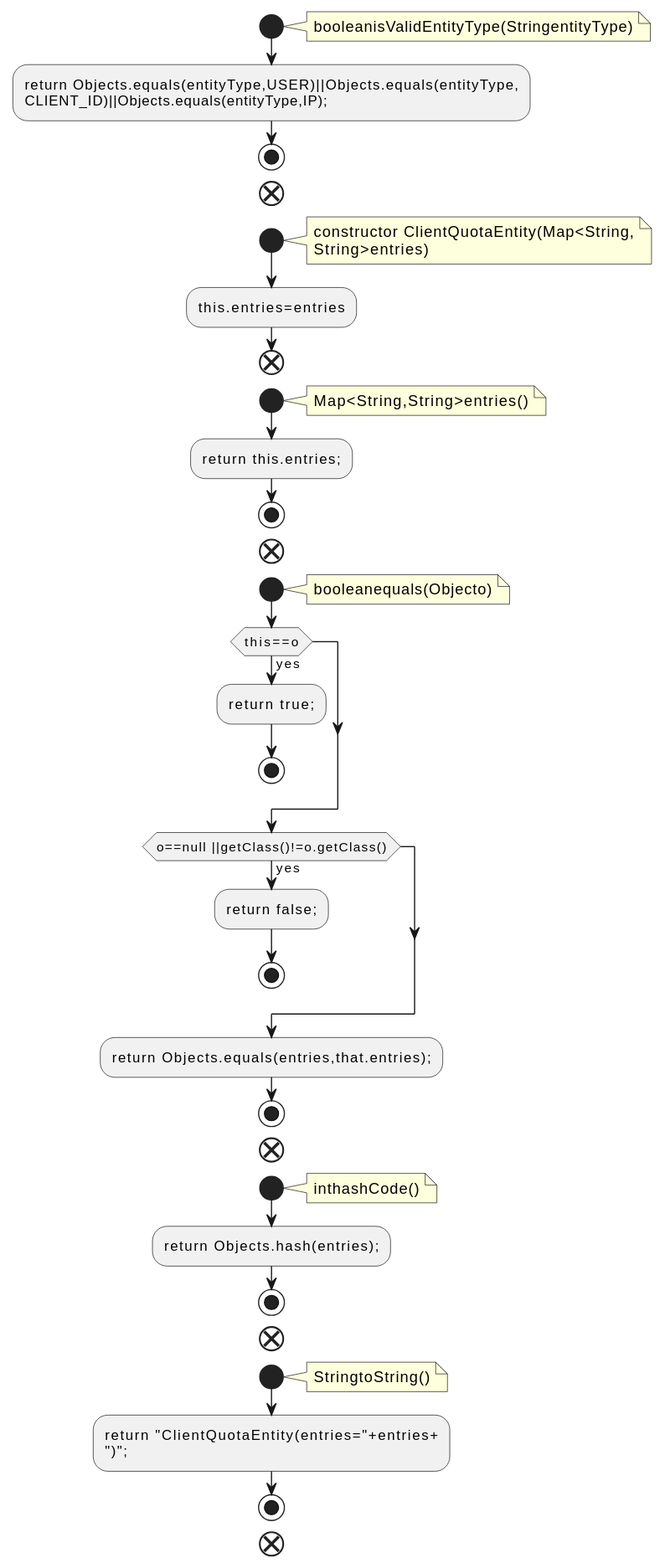
Before: docs/qc/clients/src/main/java/org/apache/kafka/common/quota/ClientQuotaEntity.java.fct.svg, a diagram exported from PlantUML (qualitesys/kafka).
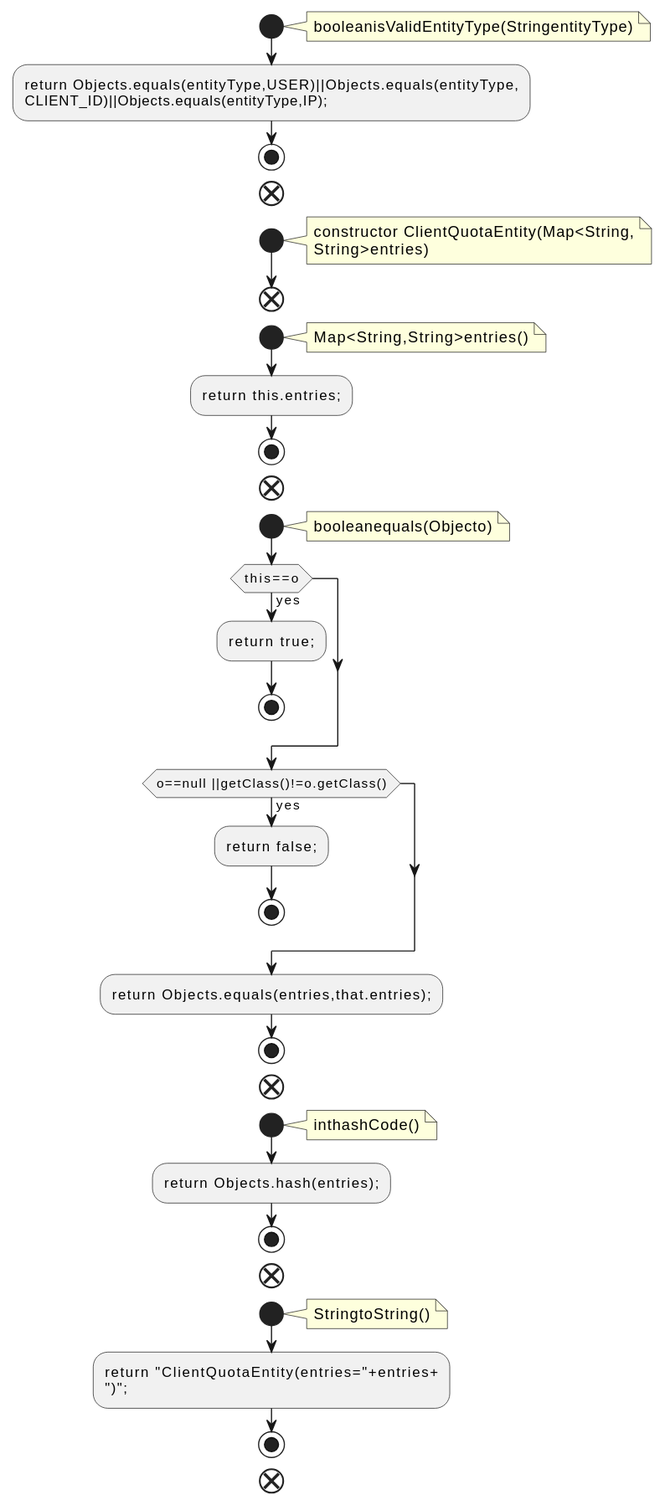
The same diagram one commit later.

The edit, as a diff of the source:
```diff
@@ -13,7 +13,6 @@
 constructor ClientQuotaEntity(Map<String,
 String>entries)
 end note
-:this.entries=entries;
 end
 start
 note right
```
